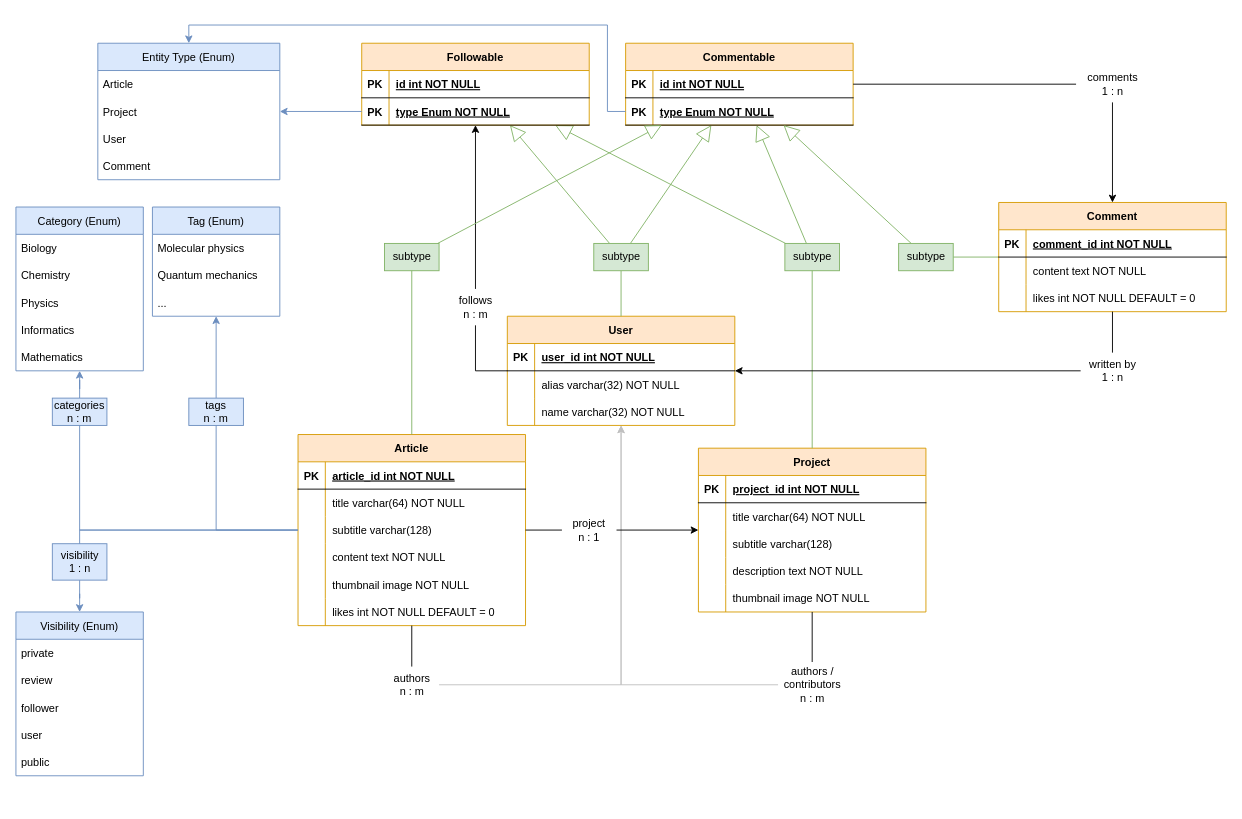
Above: entity_relationship_diagram.drawio in lord-haffi/PulpScience (draw.io), before the change. Source tidied: cells renumbered, new cells numbered last; positions are measured from the earlier drawing's top-left corner, leaving out a move shared by most shapes. Both pictures are drawn from the tidied source at 91%, with x=0, y=0 at pixel (15, 25).
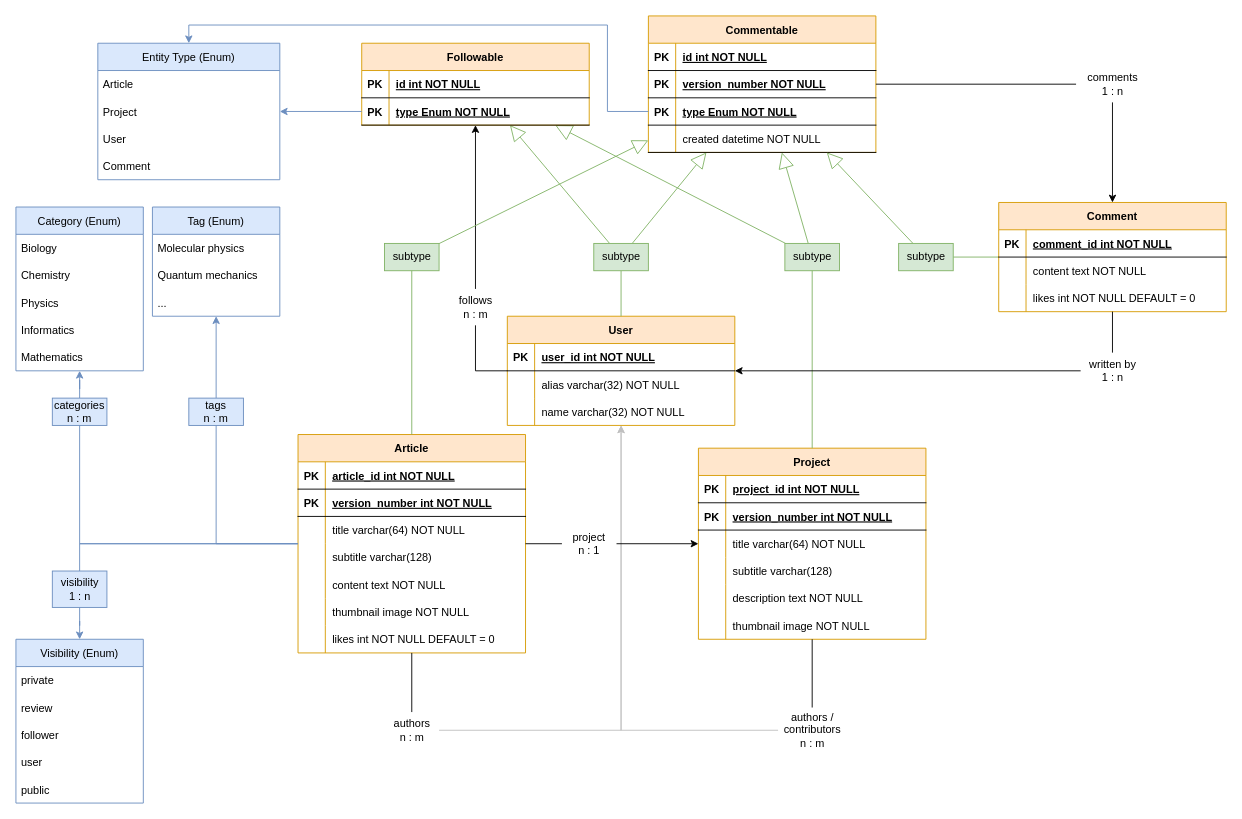
The same diagram, later.

Commit message:
Added versioning for articles and projects

Diff of the diagram source:
```diff
@@
     <mxCell id="21" value="Article" style="shape=table;startSize=30;childLayout=tableLayout;rowLines=0;fontStyle=1;align=center;fillColor=#ffe6cc;strokeColor=#d79b00;" parent="1" vertex="1">
-      <mxGeometry x="310" y="450" width="250" height="210" as="geometry" />
+      <mxGeometry x="310" y="450" width="250" height="240" as="geometry" />
     </mxCell>
@@
-    <mxCell id="25" style="shape=partialRectangle;fillColor=none;top=0;left=0;right=0;bottom=0;" parent="21" vertex="1">
-      <mxGeometry y="60" width="250" height="30" as="geometry" />
-    </mxCell>
-    <mxCell id="26" style="shape=partialRectangle;overflow=hidden;fillColor=none;top=0;left=0;bottom=0;right=0;" parent="25" vertex="1">
-      <mxGeometry width="30" height="30" as="geometry" />
-    </mxCell>
+    <mxCell id="135" style="shape=partialRectangle;fillColor=none;top=0;left=0;right=0;bottom=1;" parent="21" vertex="1">
+      <mxGeometry y="60" width="250" height="30" as="geometry" />
+    </mxCell>
+    <mxCell id="136" value="PK" style="shape=partialRectangle;overflow=hidden;fillColor=none;top=0;left=0;bottom=0;right=0;fontStyle=1;" parent="135" vertex="1">
+      <mxGeometry width="30" height="30" as="geometry" />
+    </mxCell>
+    <mxCell id="137" value="version_number int NOT NULL" style="shape=partialRectangle;overflow=hidden;fillColor=none;top=0;left=0;bottom=0;right=0;align=left;spacingLeft=6;fontStyle=5;" parent="135" vertex="1">
+      <mxGeometry x="30" width="220" height="30" as="geometry" />
+    </mxCell>
+    <mxCell id="28" style="shape=partialRectangle;fillColor=none;top=0;left=0;right=0;bottom=0;" parent="21" vertex="1">
+      <mxGeometry y="90" width="250" height="30" as="geometry" />
+    </mxCell>
+    <mxCell id="138" style="shape=partialRectangle;overflow=hidden;fillColor=none;top=0;left=0;bottom=0;right=0;" parent="28" vertex="1">
+      <mxGeometry width="30" height="30" as="geometry" />
+    </mxCell>
-    <mxCell id="27" value="title varchar(64) NOT NULL" style="shape=partialRectangle;overflow=hidden;fillColor=none;top=0;left=0;bottom=0;right=0;align=left;spacingLeft=6;" parent="25" vertex="1">
+    <mxCell id="27" value="title varchar(64) NOT NULL" style="shape=partialRectangle;overflow=hidden;fillColor=none;top=0;left=0;bottom=0;right=0;align=left;spacingLeft=6;" parent="28" vertex="1">
       <mxGeometry x="30" width="220" height="30" as="geometry" />
     </mxCell>
-    <mxCell id="28" style="shape=partialRectangle;fillColor=none;top=0;left=0;right=0;bottom=0;" parent="21" vertex="1">
-      <mxGeometry y="90" width="250" height="30" as="geometry" />
-    </mxCell>
-    <mxCell id="29" style="shape=partialRectangle;overflow=hidden;fillColor=none;top=0;left=0;bottom=0;right=0;" parent="28" vertex="1">
-      <mxGeometry width="30" height="30" as="geometry" />
-    </mxCell>
+    <mxCell id="31" style="shape=partialRectangle;fillColor=none;top=0;left=0;right=0;bottom=0;" parent="21" vertex="1">
+      <mxGeometry y="120" width="250" height="30" as="geometry" />
+    </mxCell>
+    <mxCell id="139" style="shape=partialRectangle;overflow=hidden;fillColor=none;top=0;left=0;bottom=0;right=0;" parent="31" vertex="1">
+      <mxGeometry width="30" height="30" as="geometry" />
+    </mxCell>
-    <mxCell id="30" value="subtitle varchar(128)" style="shape=partialRectangle;overflow=hidden;fillColor=none;top=0;left=0;bottom=0;right=0;align=left;spacingLeft=6;" parent="28" vertex="1">
+    <mxCell id="30" value="subtitle varchar(128)" style="shape=partialRectangle;overflow=hidden;fillColor=none;top=0;left=0;bottom=0;right=0;align=left;spacingLeft=6;" parent="31" vertex="1">
       <mxGeometry x="30" width="220" height="30" as="geometry" />
     </mxCell>
-    <mxCell id="31" style="shape=partialRectangle;fillColor=none;top=0;left=0;right=0;bottom=0;" parent="21" vertex="1">
-      <mxGeometry y="120" width="250" height="30" as="geometry" />
-    </mxCell>
-    <mxCell id="32" style="shape=partialRectangle;overflow=hidden;fillColor=none;top=0;left=0;bottom=0;right=0;" parent="31" vertex="1">
-      <mxGeometry width="30" height="30" as="geometry" />
-    </mxCell>
+    <mxCell id="34" style="shape=partialRectangle;fillColor=none;top=0;left=0;right=0;bottom=0;" parent="21" vertex="1">
+      <mxGeometry y="150" width="250" height="30" as="geometry" />
+    </mxCell>
+    <mxCell id="140" style="shape=partialRectangle;overflow=hidden;fillColor=none;top=0;left=0;bottom=0;right=0;" parent="34" vertex="1">
+      <mxGeometry width="30" height="30" as="geometry" />
+    </mxCell>
-    <mxCell id="33" value="content text NOT NULL" style="shape=partialRectangle;overflow=hidden;fillColor=none;top=0;left=0;bottom=0;right=0;align=left;spacingLeft=6;" parent="31" vertex="1">
+    <mxCell id="33" value="content text NOT NULL" style="shape=partialRectangle;overflow=hidden;fillColor=none;top=0;left=0;bottom=0;right=0;align=left;spacingLeft=6;" parent="34" vertex="1">
       <mxGeometry x="30" width="220" height="30" as="geometry" />
     </mxCell>
-    <mxCell id="34" style="shape=partialRectangle;fillColor=none;top=0;left=0;right=0;bottom=0;" parent="21" vertex="1">
-      <mxGeometry y="150" width="250" height="30" as="geometry" />
-    </mxCell>
-    <mxCell id="35" style="shape=partialRectangle;overflow=hidden;fillColor=none;top=0;left=0;bottom=0;right=0;" parent="34" vertex="1">
-      <mxGeometry width="30" height="30" as="geometry" />
-    </mxCell>
+    <mxCell id="141" style="shape=partialRectangle;fillColor=none;top=0;left=0;right=0;bottom=0;" parent="21" vertex="1">
+      <mxGeometry y="180" width="250" height="30" as="geometry" />
+    </mxCell>
+    <mxCell id="142" style="shape=partialRectangle;overflow=hidden;fillColor=none;top=0;left=0;bottom=0;right=0;" parent="141" vertex="1">
+      <mxGeometry width="30" height="30" as="geometry" />
+    </mxCell>
-    <mxCell id="36" value="thumbnail image NOT NULL" style="shape=partialRectangle;overflow=hidden;fillColor=none;top=0;left=0;bottom=0;right=0;align=left;spacingLeft=6;" parent="34" vertex="1">
+    <mxCell id="36" value="thumbnail image NOT NULL" style="shape=partialRectangle;overflow=hidden;fillColor=none;top=0;left=0;bottom=0;right=0;align=left;spacingLeft=6;" parent="141" vertex="1">
       <mxGeometry x="30" width="220" height="30" as="geometry" />
     </mxCell>
     <mxCell id="37" style="shape=partialRectangle;fillColor=none;top=0;left=0;right=0;bottom=0;" parent="21" vertex="1">
-      <mxGeometry y="180" width="250" height="30" as="geometry" />
+      <mxGeometry y="210" width="250" height="30" as="geometry" />
     </mxCell>
@@
     <mxCell id="40" value="&lt;div&gt;authors&lt;br&gt;&lt;/div&gt;&lt;div&gt;n : m&lt;/div&gt;" style="text;html=1;align=center;verticalAlign=middle;points=[];strokeColor=none;fillColor=none;" parent="1" vertex="1">
-      <mxGeometry x="405" y="705" width="60" height="40" as="geometry" />
+      <mxGeometry x="405" y="755" width="60" height="40" as="geometry" />
     </mxCell>
@@
     <mxCell id="56" value="Project" style="shape=table;startSize=30;childLayout=tableLayout;rowLines=0;fontStyle=1;align=center;fillColor=#ffe6cc;strokeColor=#d79b00;" parent="1" vertex="1">
-      <mxGeometry x="750" y="465" width="250" height="180" as="geometry" />
+      <mxGeometry x="750" y="465" width="250" height="210" as="geometry" />
     </mxCell>
@@
+    <mxCell id="143" style="shape=partialRectangle;fillColor=none;top=0;left=0;right=0;bottom=1;" parent="56" vertex="1">
+      <mxGeometry y="60" width="250" height="30" as="geometry" />
+    </mxCell>
+    <mxCell id="144" value="PK" style="shape=partialRectangle;overflow=hidden;fillColor=none;top=0;left=0;bottom=0;right=0;fontStyle=1;" parent="143" vertex="1">
+      <mxGeometry width="30" height="30" as="geometry" />
+    </mxCell>
+    <mxCell id="145" value="version_number int NOT NULL" style="shape=partialRectangle;overflow=hidden;fillColor=none;top=0;left=0;bottom=0;right=0;align=left;spacingLeft=6;fontStyle=5;" parent="143" vertex="1">
+      <mxGeometry x="30" width="220" height="30" as="geometry" />
+    </mxCell>
     <mxCell id="60" style="shape=partialRectangle;fillColor=none;top=0;left=0;right=0;bottom=0;" parent="56" vertex="1">
-      <mxGeometry y="60" width="250" height="30" as="geometry" />
+      <mxGeometry y="90" width="250" height="30" as="geometry" />
     </mxCell>
@@
     <mxCell id="63" style="shape=partialRectangle;fillColor=none;top=0;left=0;right=0;bottom=0;" parent="56" vertex="1">
-      <mxGeometry y="90" width="250" height="30" as="geometry" />
+      <mxGeometry y="120" width="250" height="30" as="geometry" />
     </mxCell>
@@
     <mxCell id="66" style="shape=partialRectangle;fillColor=none;top=0;left=0;right=0;bottom=0;" parent="56" vertex="1">
-      <mxGeometry y="120" width="250" height="30" as="geometry" />
+      <mxGeometry y="150" width="250" height="30" as="geometry" />
     </mxCell>
@@
     <mxCell id="69" style="shape=partialRectangle;fillColor=none;top=0;left=0;right=0;bottom=0;" parent="56" vertex="1">
-      <mxGeometry y="150" width="250" height="30" as="geometry" />
+      <mxGeometry y="180" width="250" height="30" as="geometry" />
     </mxCell>
@@
     <mxCell id="72" value="&lt;div&gt;authors / contributors&lt;/div&gt;&lt;div&gt;n : m&lt;br&gt;&lt;/div&gt;" style="text;html=1;strokeColor=none;fillColor=none;align=center;verticalAlign=middle;whiteSpace=wrap;rounded=0;" parent="1" vertex="1">
-      <mxGeometry x="837.5" y="700" width="75" height="50" as="geometry" />
+      <mxGeometry x="837.5" y="750" width="75" height="50" as="geometry" />
     </mxCell>
@@
     <mxCell id="87" value="Commentable" style="shape=table;startSize=30;childLayout=tableLayout;rowLines=0;fontStyle=1;align=center;fillColor=#ffe6cc;strokeColor=#d79b00;" parent="1" vertex="1">
-      <mxGeometry x="670" y="20" width="250" height="90" as="geometry" />
+      <mxGeometry x="695" y="-10" width="250" height="150" as="geometry" />
     </mxCell>
@@
+    <mxCell id="146" style="shape=partialRectangle;fillColor=none;top=0;left=0;right=0;bottom=1;" parent="87" vertex="1">
+      <mxGeometry y="60" width="250" height="30" as="geometry" />
+    </mxCell>
+    <mxCell id="147" value="PK" style="shape=partialRectangle;overflow=hidden;fillColor=none;top=0;left=0;bottom=0;right=0;fontStyle=1;" parent="146" vertex="1">
+      <mxGeometry width="30" height="30" as="geometry" />
+    </mxCell>
+    <mxCell id="148" value="version_number NOT NULL" style="shape=partialRectangle;overflow=hidden;fillColor=none;top=0;left=0;bottom=0;right=0;align=left;spacingLeft=6;fontStyle=5;" parent="146" vertex="1">
+      <mxGeometry x="30" width="220" height="30" as="geometry" />
+    </mxCell>
     <mxCell id="91" style="shape=partialRectangle;fillColor=none;points=[[0,0.5],[1,0.5]];portConstraint=eastwest;top=0;left=0;right=0;bottom=1;" parent="87" vertex="1">
-      <mxGeometry y="60" width="250" height="30" as="geometry" />
+      <mxGeometry y="90" width="250" height="30" as="geometry" />
     </mxCell>
@@
+    <mxCell id="149" style="shape=partialRectangle;fillColor=none;top=0;left=0;right=0;bottom=1;" parent="87" vertex="1">
+      <mxGeometry y="120" width="250" height="30" as="geometry" />
+    </mxCell>
+    <mxCell id="150" style="shape=partialRectangle;overflow=hidden;fillColor=none;top=0;left=0;bottom=0;right=0;fontStyle=1;" parent="149" vertex="1">
+      <mxGeometry width="30" height="30" as="geometry" />
+    </mxCell>
+    <mxCell id="151" value="created datetime NOT NULL" style="shape=partialRectangle;overflow=hidden;fillColor=none;top=0;left=0;bottom=0;right=0;align=left;spacingLeft=6;fontStyle=0;" parent="149" vertex="1">
+      <mxGeometry x="30" width="220" height="30" as="geometry" />
+    </mxCell>
@@
     <mxCell id="111" value="&lt;div&gt;project&lt;/div&gt;&lt;div&gt;n : 1&lt;br&gt;&lt;/div&gt;" style="text;html=1;align=center;verticalAlign=middle;whiteSpace=wrap;rounded=0;" parent="1" vertex="1">
-      <mxGeometry x="600" y="540" width="60" height="30" as="geometry" />
+      <mxGeometry x="600" y="555" width="60" height="30" as="geometry" />
     </mxCell>
@@
     <mxCell id="127" value="Visibility (Enum)" style="swimlane;fontStyle=0;horizontal=1;startSize=30;fillColor=#dae8fc;strokeColor=#6c8ebf;" parent="1" vertex="1">
-      <mxGeometry y="645" width="140" height="180" as="geometry" />
+      <mxGeometry y="675" width="140" height="180" as="geometry" />
     </mxCell>
@@
+    <mxCell id="152" style="edgeStyle=orthogonalEdgeStyle;rounded=0;jettySize=auto;html=1;endArrow=none;endFill=0;fillColor=#dae8fc;strokeColor=#6c8ebf;" parent="1" edge="1" source="133" target="21">
+      <mxGeometry relative="1" as="geometry">
+        <Array as="points">
+          <mxPoint x="70" y="570" />
+        </Array>
+      </mxGeometry>
+    </mxCell>
     <mxCell id="133" value="&lt;div&gt;visibility&lt;/div&gt;&lt;div&gt;1 : n&lt;br&gt;&lt;/div&gt;" style="text;html=1;align=center;verticalAlign=middle;points=[];strokeColor=#6c8ebf;fillColor=#dae8fc;" parent="1" vertex="1">
-      <mxGeometry x="40" y="570" width="60" height="40" as="geometry" />
+      <mxGeometry x="40" y="600" width="60" height="40" as="geometry" />
     </mxCell>
-    <mxCell id="134" style="edgeStyle=orthogonalEdgeStyle;rounded=0;jettySize=auto;html=1;strokeColor=#6c8ebf;endArrow=none;endFill=1;endSize=6;fillColor=#dae8fc;" parent="1" edge="1" source="21" target="133">
-      <mxGeometry relative="1" as="geometry">
-        <Array as="points">
-          <mxPoint x="70" y="555" />
-        </Array>
-      </mxGeometry>
-    </mxCell>
```
